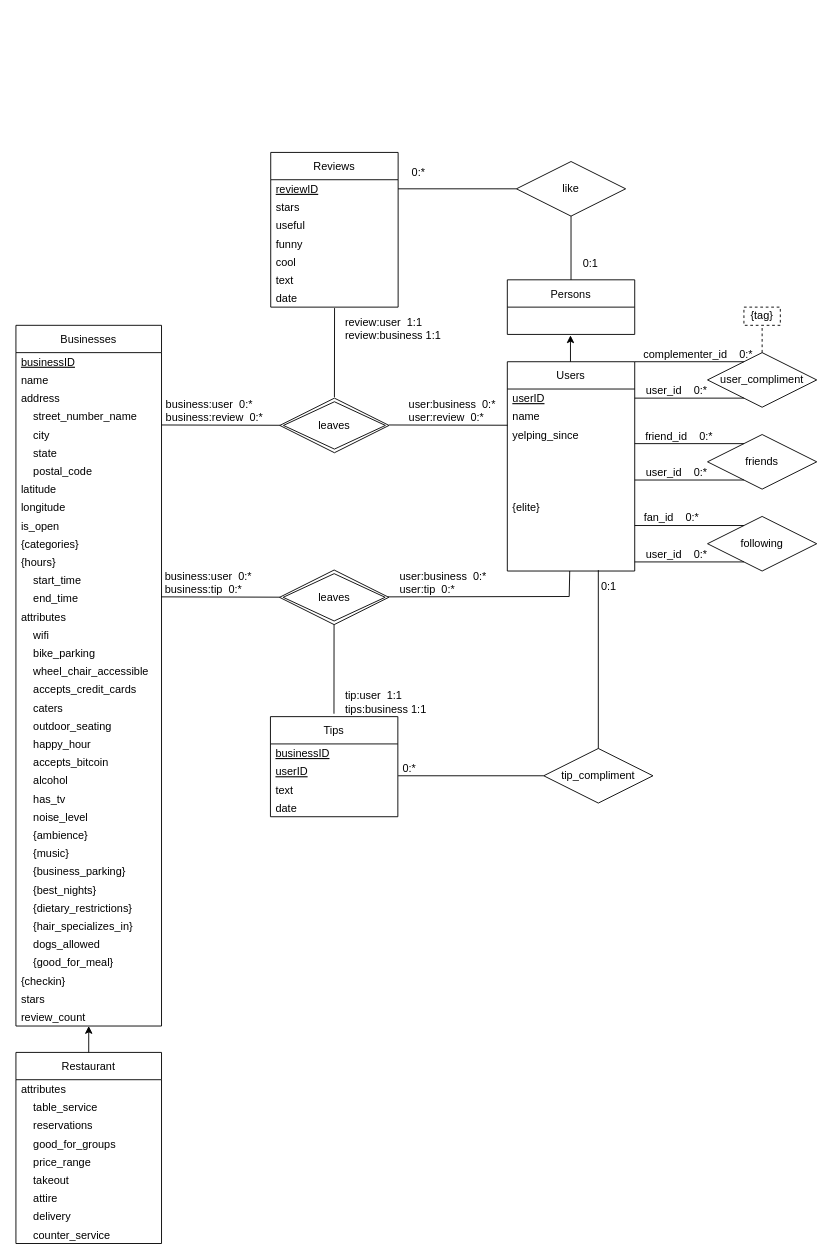
connie-ho/data-bites keeps this draw.io diagram as page "Page-1" (1 of 2) of documents/ER-model.drawio. Above is the earlier version. Source tidied: cells renumbered, new cells numbered last; positions are measured from the earlier drawing's top-left corner, leaving out a move shared by most shapes. Both pictures are drawn from the tidied source at 91%, with x=0, y=0 at pixel (15, 152).
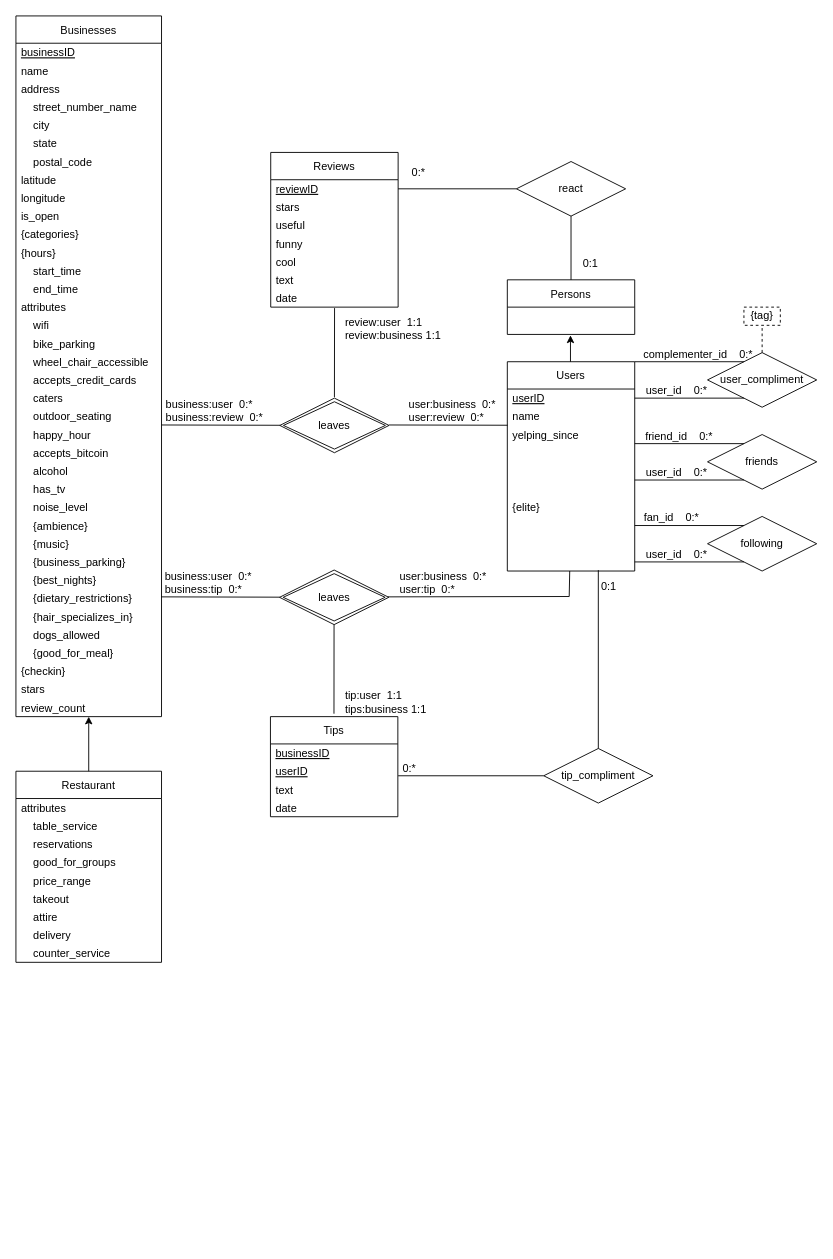
Above is the later version.

Diff of the diagram source:
```diff
@@
     <mxCell id="2" value="Businesses" style="swimlane;fontStyle=0;horizontal=1;startSize=30;" parent="1" vertex="1">
-      <mxGeometry y="190" width="160" height="770" as="geometry" />
+      <mxGeometry y="-150" width="160" height="770" as="geometry" />
     </mxCell>
@@
     <mxCell id="40" value="Restaurant" style="swimlane;fontStyle=0;horizontal=1;startSize=30;" parent="1" vertex="1">
-      <mxGeometry y="989" width="160" height="210" as="geometry" />
+      <mxGeometry y="680" width="160" height="210" as="geometry" />
     </mxCell>
@@
     <mxCell id="68" style="endArrow=classic;html=1;" parent="1" edge="1" source="40">
       <mxGeometry relative="1" as="geometry">
-        <mxPoint x="80" y="960" as="targetPoint" />
+        <mxPoint x="80" y="620" as="targetPoint" />
       </mxGeometry>
     </mxCell>
@@
-    <mxCell id="106" value="like" style="shape=rhombus;perimeter=rhombusPerimeter;whiteSpace=wrap;html=1;align=center;" parent="1" vertex="1">
+    <mxCell id="106" value="react" style="shape=rhombus;perimeter=rhombusPerimeter;whiteSpace=wrap;html=1;align=center;" parent="1" vertex="1">
       <mxGeometry x="550" y="10" width="120" height="60" as="geometry" />
     </mxCell>
```
